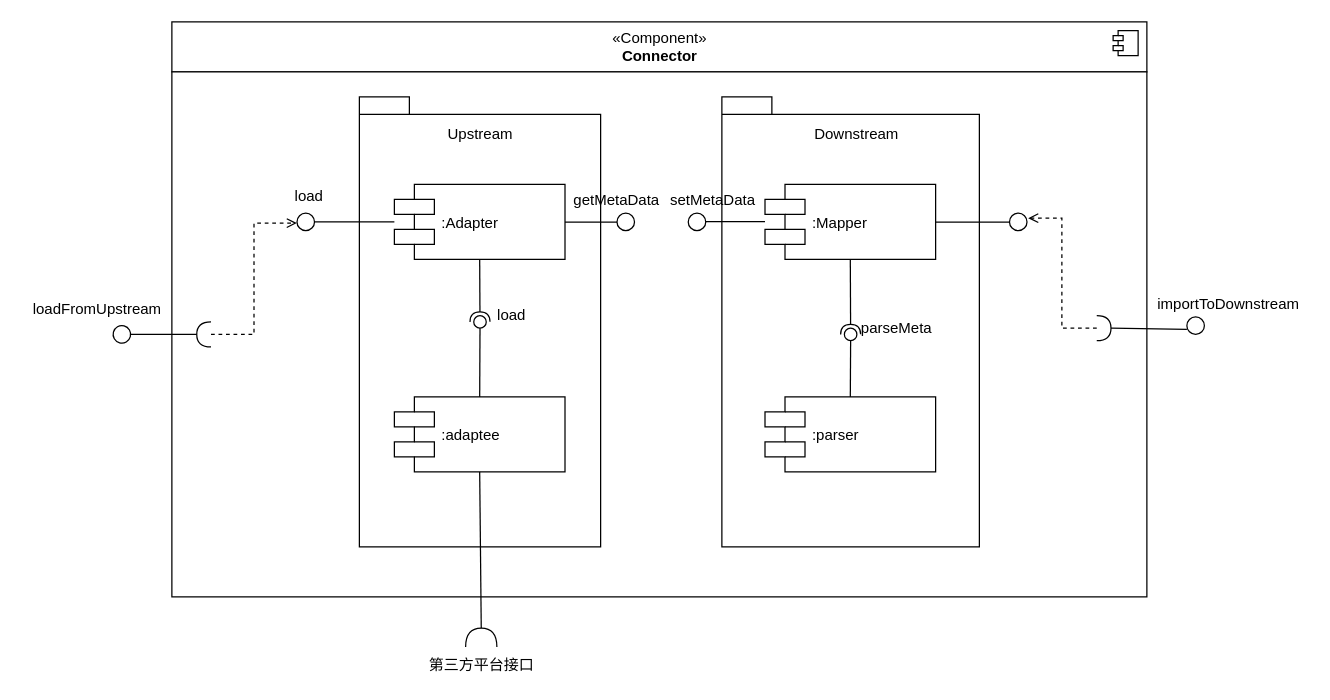
The draw.io diagram componentdigram.drawio in lshunran/drawIO, before the edit. Source tidied: cells renumbered, new cells numbered last; positions are measured from the earlier drawing's top-left corner, leaving out a move shared by most shapes. Both pictures are drawn from the tidied source at 125%, with x=0, y=0 at pixel (21, 21).
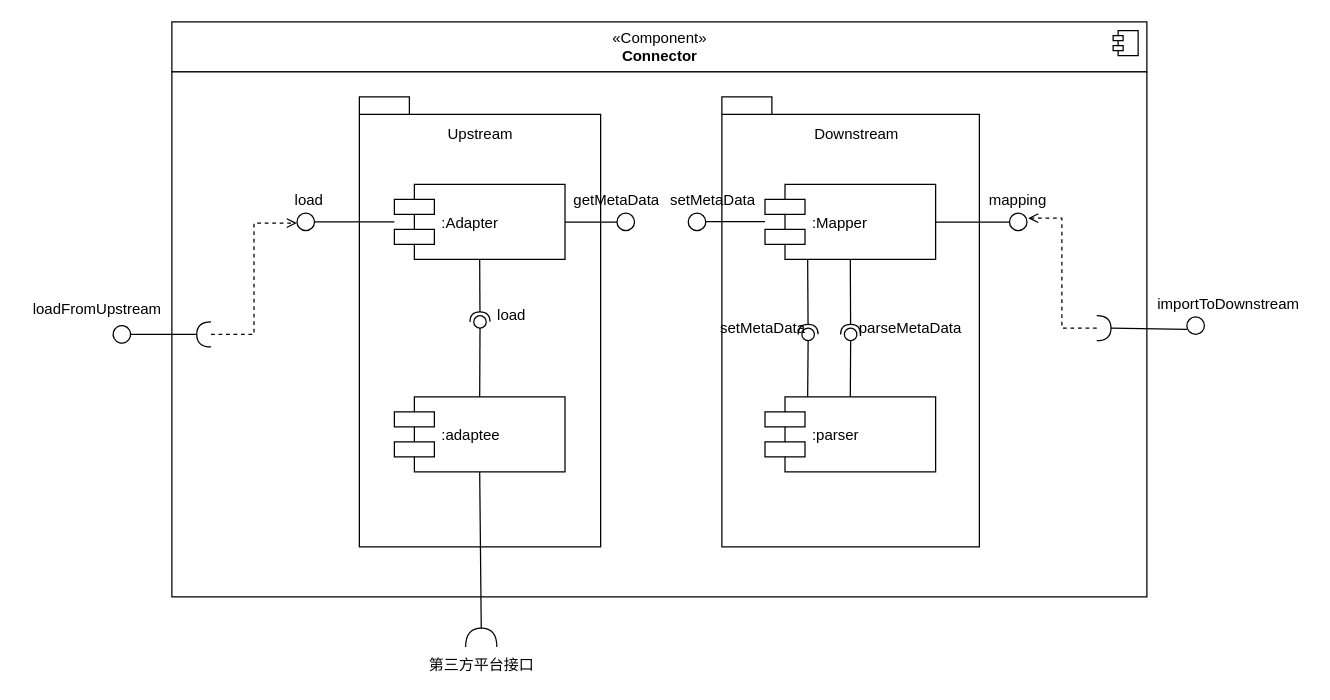
After the change.

Unchanged cells that the change refers to:
```xml
<mxCell id="2" style="group;" parent="1" vertex="1">
  <mxGeometry x="250" width="650" height="460" as="geometry" />
</mxCell>
<mxCell id="21" value=":Mapper" style="shape=component;align=left;spacingLeft=36;" parent="2" vertex="1">
  <mxGeometry x="344.5" y="130" width="136.5" height="60" as="geometry" />
</mxCell>
<mxCell id="22" value=":parser" style="shape=component;align=left;spacingLeft=36;" parent="2" vertex="1">
  <mxGeometry x="344.5" y="300" width="136.5" height="60" as="geometry" />
</mxCell>
<mxCell id="25" style="ellipse;whiteSpace=wrap;html=1;fontFamily=Helvetica;fontSize=12;fontColor=#000000;align=center;strokeColor=#000000;fillColor=#ffffff;points=[];" parent="2" vertex="1">
  <mxGeometry x="408" y="245" width="10" height="10" as="geometry" />
</mxCell>
```

Diff of the diagram source:
```diff
@@
-    <mxCell id="24" style="rounded=0;jettySize=auto;html=1;endArrow=halfCircle;endFill=0;entryX=0.5;entryY=0.5;entryDx=0;entryDy=0;endSize=6;strokeWidth=1;exitX=0.5;exitY=1;exitDx=0;exitDy=0;" parent="2" edge="1" source="21" target="25">
-      <mxGeometry relative="1" as="geometry" />
+    <mxCell id="24" style="rounded=0;jettySize=auto;html=1;endArrow=halfCircle;endFill=0;endSize=6;strokeWidth=1;exitX=0.5;exitY=1;exitDx=0;exitDy=0;" parent="2" edge="1" source="21">
+      <mxGeometry relative="1" as="geometry">
+        <mxPoint x="413" y="250" as="targetPoint" />
+      </mxGeometry>
     </mxCell>
@@
-    <mxCell id="26" value="parseMeta" style="text;html=1;strokeColor=none;fillColor=none;align=center;verticalAlign=middle;whiteSpace=wrap;rounded=0;" parent="2" vertex="1">
-      <mxGeometry x="430" y="235" width="40" height="20" as="geometry" />
+    <mxCell id="26" value="parseMetaData" style="text;html=1;strokeColor=none;fillColor=none;align=center;verticalAlign=middle;whiteSpace=wrap;rounded=0;" parent="2" vertex="1">
+      <mxGeometry x="440.5" y="235" width="40" height="20" as="geometry" />
     </mxCell>
@@
-    <mxCell id="29" value="load" style="text;html=1;strokeColor=none;fillColor=none;align=center;verticalAlign=middle;whiteSpace=wrap;rounded=0;" parent="2" vertex="1">
-      <mxGeometry x="-40" y="130" width="40" height="20" as="geometry" />
-    </mxCell>
@@
+    <mxCell id="47" value="mapping" style="text;html=1;strokeColor=none;fillColor=none;align=center;verticalAlign=middle;whiteSpace=wrap;rounded=0;" parent="2" vertex="1">
+      <mxGeometry x="527" y="133" width="40" height="20" as="geometry" />
+    </mxCell>
+    <mxCell id="48" style="rounded=0;jettySize=auto;html=1;endArrow=none;endFill=0;exitX=0.25;exitY=0;exitDx=0;exitDy=0;" parent="2" edge="1" source="22" target="50">
+      <mxGeometry relative="1" as="geometry" />
+    </mxCell>
+    <mxCell id="49" style="rounded=0;jettySize=auto;html=1;endArrow=halfCircle;endFill=0;entryX=0.5;entryY=0.5;entryDx=0;entryDy=0;endSize=6;strokeWidth=1;exitX=0.25;exitY=1;exitDx=0;exitDy=0;" parent="2" edge="1" source="21" target="50">
+      <mxGeometry relative="1" as="geometry" />
+    </mxCell>
+    <mxCell id="50" style="ellipse;whiteSpace=wrap;html=1;fontFamily=Helvetica;fontSize=12;fontColor=#000000;align=center;strokeColor=#000000;fillColor=#ffffff;points=[];" parent="2" vertex="1">
+      <mxGeometry x="374" y="245" width="10" height="10" as="geometry" />
+    </mxCell>
+    <mxCell id="51" value="setMetaData" style="text;html=1;strokeColor=none;fillColor=none;align=center;verticalAlign=middle;whiteSpace=wrap;rounded=0;" parent="2" vertex="1">
+      <mxGeometry x="323" y="235" width="40" height="20" as="geometry" />
+    </mxCell>
@@
+    <mxCell id="29" value="load" style="text;html=1;strokeColor=none;fillColor=none;align=center;verticalAlign=middle;whiteSpace=wrap;rounded=0;" parent="1" vertex="1">
+      <mxGeometry x="210" y="133" width="40" height="20" as="geometry" />
+    </mxCell>
```
